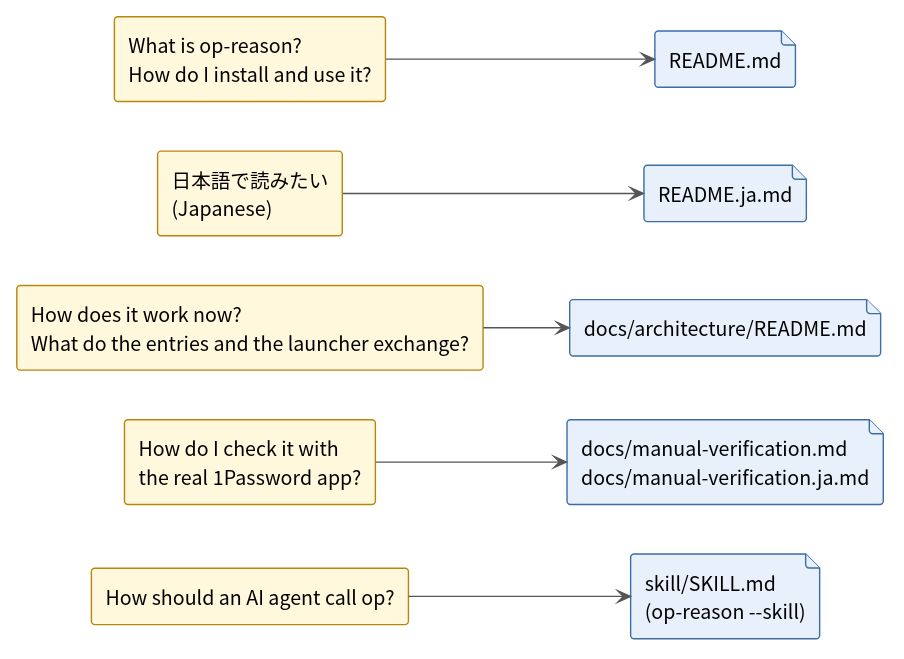
Earlier version of the PlantUML export docs/plantuml/out/01_map.svg (pollenjp/op-reason). Source of this version:
```plantuml
@startuml
!theme plain
left to right direction
skinparam defaultFontName "Noto Sans CJK JP"
skinparam ArrowColor #555555
skinparam rectangle {
  BackgroundColor #FFF8DC
  BorderColor #B8860B
}
skinparam file {
  BackgroundColor #E8F1FB
  BorderColor #3A6EA5
}

rectangle "How should an AI agent call op?" as Q4
rectangle "How do I check it with\nthe real 1Password app?" as Q3
rectangle "How does it work now?\nWhat do the entries and the launcher exchange?" as Q2
rectangle "日本語で読みたい\n(Japanese)" as Q5
rectangle "What is op-reason?\nHow do I install and use it?" as Q1

file "skill/SKILL.md\n(op-reason --skill)" as P4
file "docs/manual-verification.md\ndocs/manual-verification.ja.md" as P3
file "docs/architecture/README.md" as P2
file "README.ja.md" as P5
file "README.md" as P1

Q4 --> P4
Q3 --> P3
Q2 --> P2
Q5 --> P5
Q1 --> P1
@enduml
```
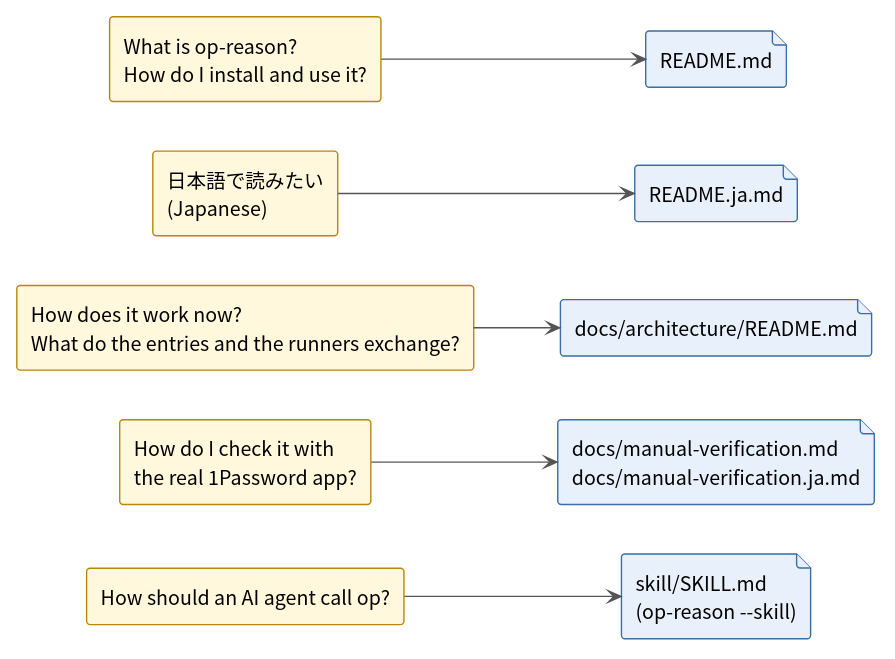
After the change.

Diff of the diagram source:
```diff
@@ -14,7 +14,7 @@
 
 rectangle "How should an AI agent call op?" as Q4
 rectangle "How do I check it with\nthe real 1Password app?" as Q3
-rectangle "How does it work now?\nWhat do the entries and the launcher exchange?" as Q2
+rectangle "How does it work now?\nWhat do the entries and the runners exchange?" as Q2
 rectangle "日本語で読みたい\n(Japanese)" as Q5
 rectangle "What is op-reason?\nHow do I install and use it?" as Q1
 
```
